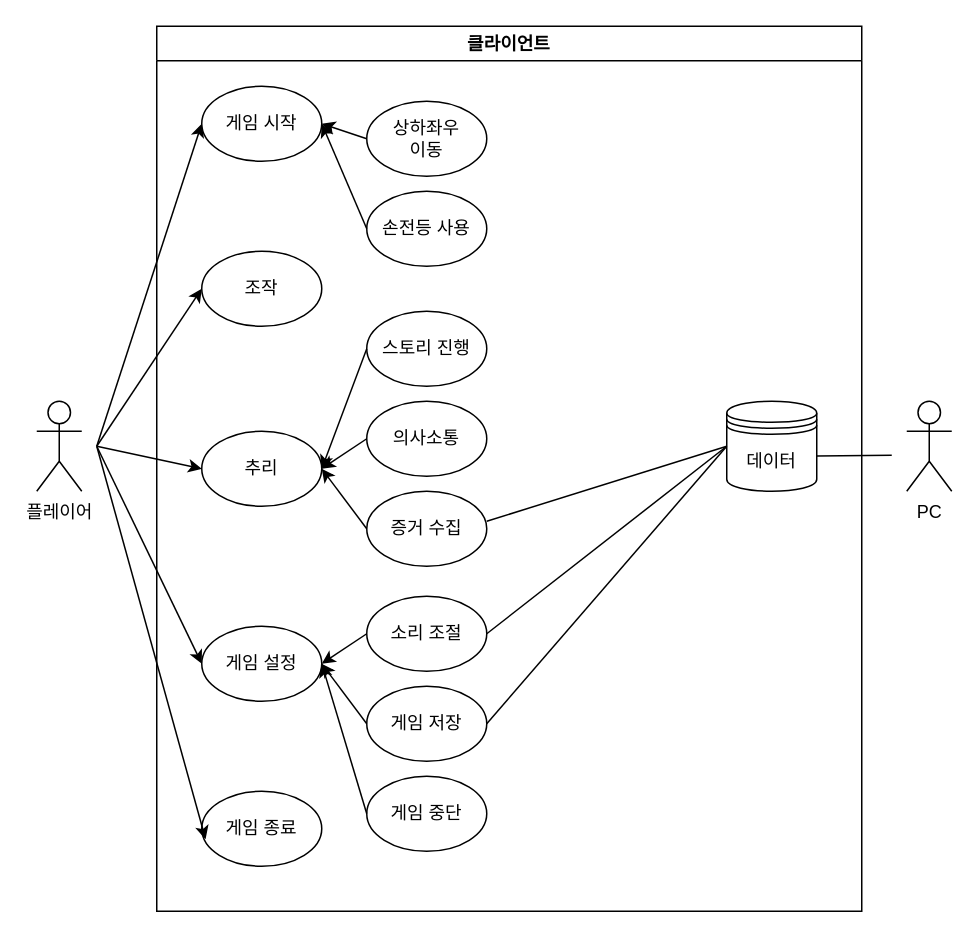
Above: self_destruction.drawio in doyeonghyun/drawio (draw.io), before the change. Source tidied: cells renumbered, new cells numbered last; positions are measured from the earlier drawing's top-left corner, leaving out a move shared by most shapes. Both pictures are drawn from the tidied source at 150%, with x=0, y=0 at pixel (36, 26).
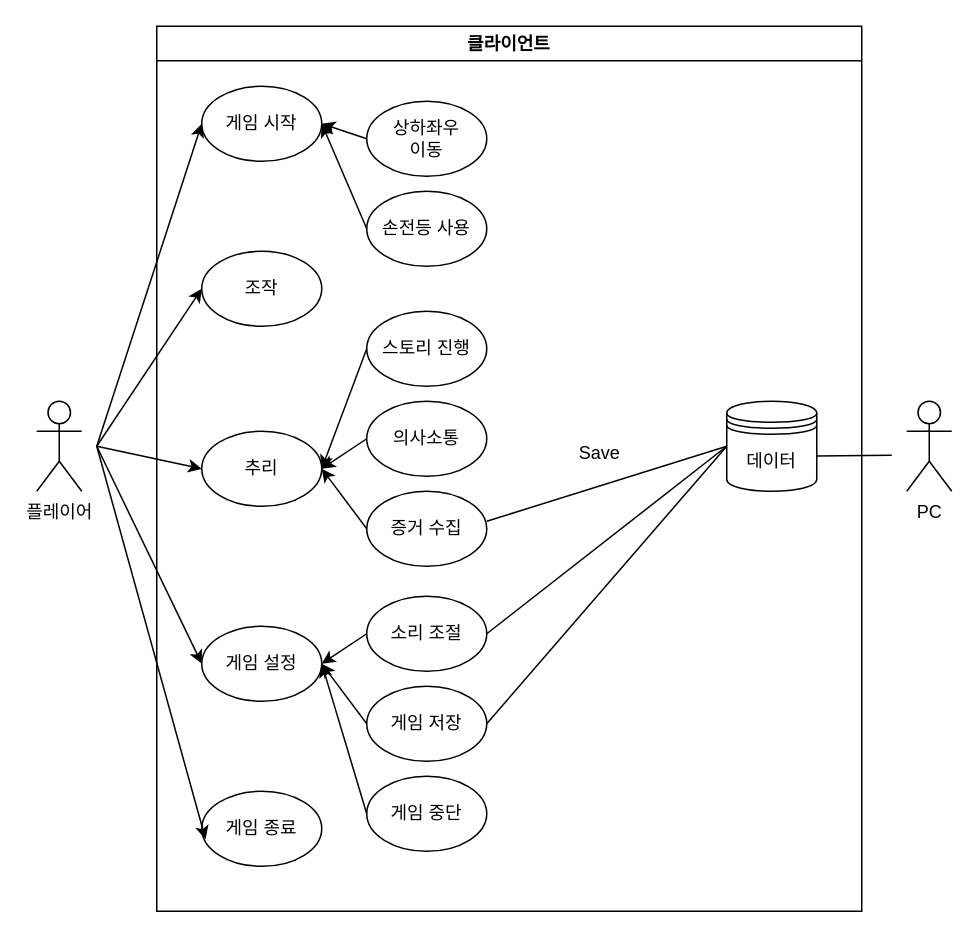
Above is the later version.

Unchanged cells that the change refers to:
```xml
<mxCell id="2" value="클라이언트" style="swimlane;whiteSpace=wrap;html=1;" parent="1" vertex="1">
  <mxGeometry x="80" width="470" height="590" as="geometry" />
</mxCell>
```

The edit, as a diff of the source:
```diff
@@
+    <mxCell id="36" value="Save" style="text;html=1;align=center;verticalAlign=middle;strokeColor=none;fillColor=none;" parent="2" vertex="1">
+      <mxGeometry x="270" y="270" width="50" height="30" as="geometry" />
+    </mxCell>
```
